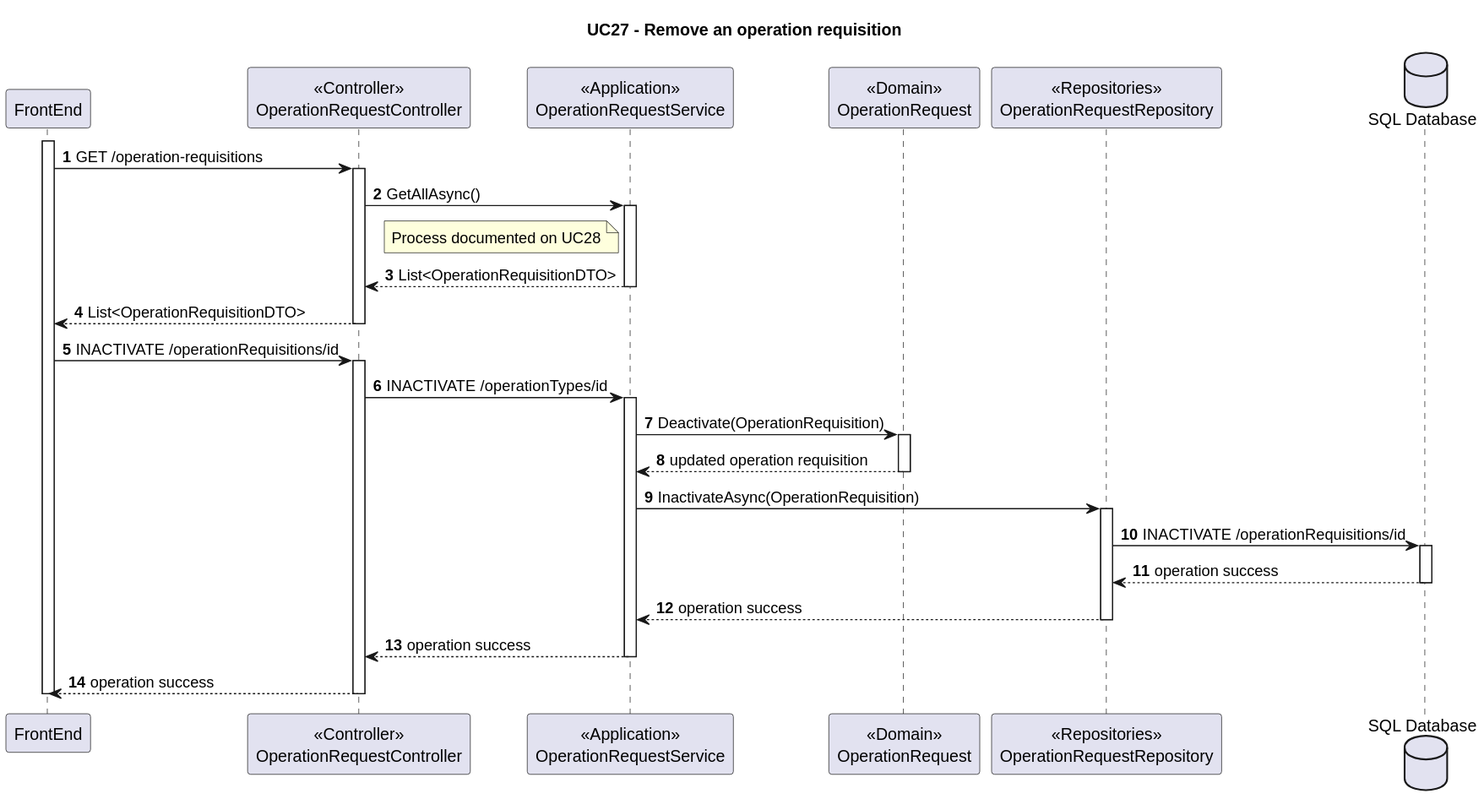
The PlantUML diagram Wiki/SprintA/diagrams/use-cases/27-remove-an-operation-requisition/level3/backend-process-view.svg in MiguelCardoso77/SurgicalSync-BackEnd, before a commit.
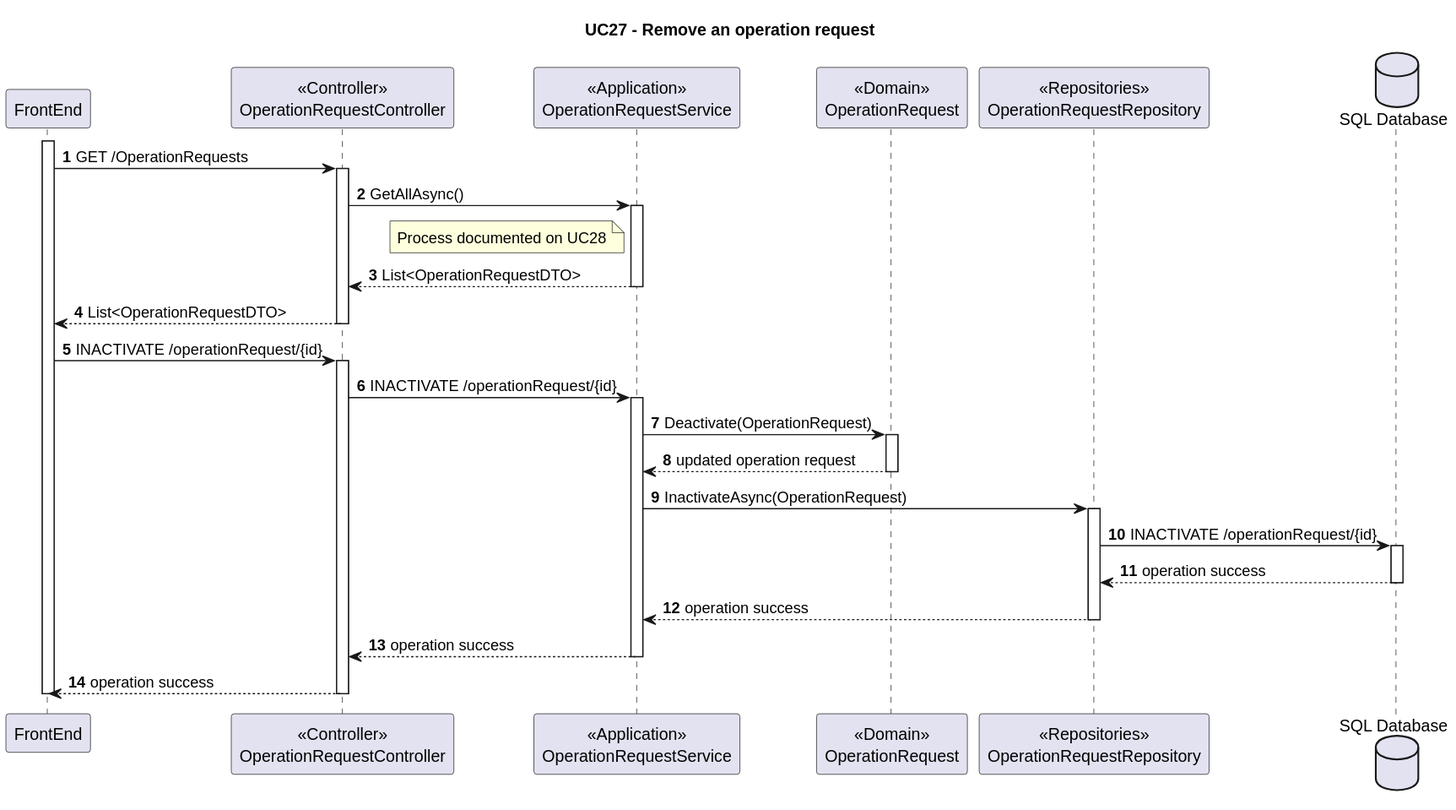
The same diagram one commit later.

Change to the diagram source:
```diff
@@ -1,7 +1,7 @@
 @startuml
 autonumber
 
-Title "UC27 - Remove an operation requisition"
+Title "UC27 - Remove an operation request"
 
 participant "FrontEnd" as FE
 participant "<<Controller>>\nOperationRequestController" as CN
@@ -12,7 +12,7 @@
 
 activate FE
 
-FE -> CN  : GET /operation-requisitions
+FE -> CN  : GET /OperationRequests
 
 activate CN
 
@@ -24,35 +24,35 @@
                 Process documented on UC28
             end note
 
-SV --> CN : List<OperationRequisitionDTO>
+SV --> CN : List<OperationRequestDTO>
 
 deactivate SV
 
-CN --> FE : List<OperationRequisitionDTO>
+CN --> FE : List<OperationRequestDTO>
 
 deactivate CN
 
-FE -> CN : INACTIVATE /operationRequisitions/id
+FE -> CN : INACTIVATE /operationRequest/{id}
 
 activate CN
 
-CN -> SV : INACTIVATE /operationTypes/id
+CN -> SV : INACTIVATE /operationRequest/{id}
 
 activate SV
 
-SV -> DM : Deactivate(OperationRequisition)
+SV -> DM : Deactivate(OperationRequest)
 
 activate DM
 
-DM --> SV : updated operation requisition
+DM --> SV : updated operation request
 
 deactivate DM
 
-SV -> REPO : InactivateAsync(OperationRequisition)
+SV -> REPO : InactivateAsync(OperationRequest)
 
 activate REPO
 
-REPO -> SQL : INACTIVATE /operationRequisitions/id
+REPO -> SQL : INACTIVATE /operationRequest/{id}
 
 activate SQL
 
```
